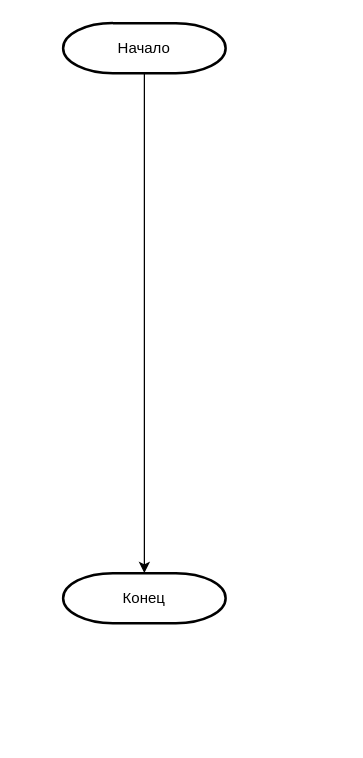
Earlier version of the draw.io diagram Algorithm_OPZ/(4. ЧИ) Алгоритм Генерация РМД.drawio (SmirnovBogdan8/Diplom). Source tidied: cells renumbered, new cells numbered last; positions are measured from the earlier drawing's top-left corner, leaving out a move shared by most shapes. Both pictures are drawn from the tidied source at 125%, with x=0, y=0 at pixel (62, 22).
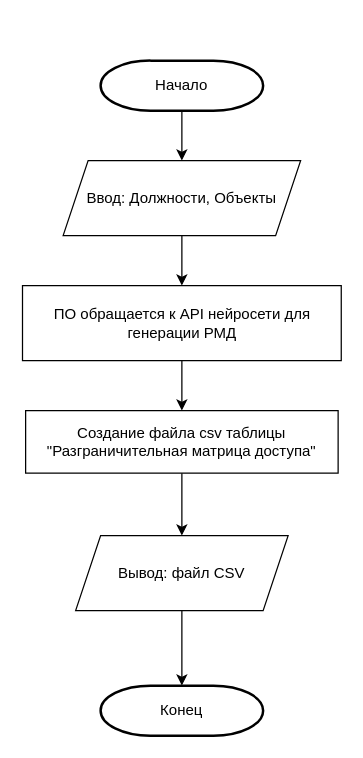
The same diagram, later.

Change to the diagram source:
```diff
@@
 <mxGraphModel>
   <root>
     <mxCell id="0" />
     <mxCell id="1" parent="0" />
-    <mxCell id="2" style="edgeStyle=orthogonalEdgeStyle;rounded=0;jettySize=auto;html=1;exitX=0.5;exitY=1;exitDx=0;exitDy=0;exitPerimeter=0;" parent="1" edge="1" source="3" target="4">
-      <mxGeometry relative="1" as="geometry" />
-    </mxCell>
+    <mxCell id="5" style="edgeStyle=orthogonalEdgeStyle;rounded=0;jettySize=auto;html=1;" parent="1" edge="1" source="3" target="7">
+      <mxGeometry relative="1" as="geometry" />
+    </mxCell>
     <mxCell id="3" value="Начало" style="strokeWidth=2;html=1;shape=mxgraph.flowchart.terminator;whiteSpace=wrap;" parent="1" vertex="1">
-      <mxGeometry width="130" height="40" as="geometry" />
+      <mxGeometry x="30" y="30" width="130" height="40" as="geometry" />
     </mxCell>
     <mxCell id="4" value="Конец" style="strokeWidth=2;html=1;shape=mxgraph.flowchart.terminator;whiteSpace=wrap;" parent="1" vertex="1">
-      <mxGeometry y="440" width="130" height="40" as="geometry" />
+      <mxGeometry x="30" y="530" width="130" height="40" as="geometry" />
     </mxCell>
+    <mxCell id="6" style="edgeStyle=orthogonalEdgeStyle;rounded=0;jettySize=auto;html=1;" parent="1" edge="1" source="7" target="9">
+      <mxGeometry relative="1" as="geometry" />
+    </mxCell>
+    <mxCell id="7" value="Ввод: Должности, Объекты" style="shape=parallelogram;perimeter=parallelogramPerimeter;whiteSpace=wrap;html=1;fixedSize=1;" parent="1" vertex="1">
+      <mxGeometry y="110" width="190" height="60" as="geometry" />
+    </mxCell>
+    <mxCell id="8" style="edgeStyle=orthogonalEdgeStyle;rounded=0;jettySize=auto;html=1;" parent="1" edge="1" source="9" target="11">
+      <mxGeometry relative="1" as="geometry" />
+    </mxCell>
+    <mxCell id="9" value="ПО обращается к API нейросети для генерации РМД" style="rounded=0;whiteSpace=wrap;html=1;" parent="1" vertex="1">
+      <mxGeometry x="-32.5" y="210" width="255" height="60" as="geometry" />
+    </mxCell>
+    <mxCell id="10" style="edgeStyle=orthogonalEdgeStyle;rounded=0;jettySize=auto;html=1;" parent="1" edge="1" source="11" target="13">
+      <mxGeometry relative="1" as="geometry" />
+    </mxCell>
+    <mxCell id="11" value="Создание файла csv таблицы &quot;Разграничительная матрица доступа&quot;" style="rounded=0;whiteSpace=wrap;html=1;" parent="1" vertex="1">
+      <mxGeometry x="-30" y="310" width="250" height="50" as="geometry" />
+    </mxCell>
+    <mxCell id="12" style="edgeStyle=orthogonalEdgeStyle;rounded=0;jettySize=auto;html=1;" parent="1" edge="1" source="13" target="4">
+      <mxGeometry relative="1" as="geometry" />
+    </mxCell>
+    <mxCell id="13" value="Вывод: файл CSV" style="shape=parallelogram;perimeter=parallelogramPerimeter;whiteSpace=wrap;html=1;fixedSize=1;" parent="1" vertex="1">
+      <mxGeometry x="10" y="410" width="170" height="60" as="geometry" />
+    </mxCell>
   </root>
 </mxGraphModel>
```
